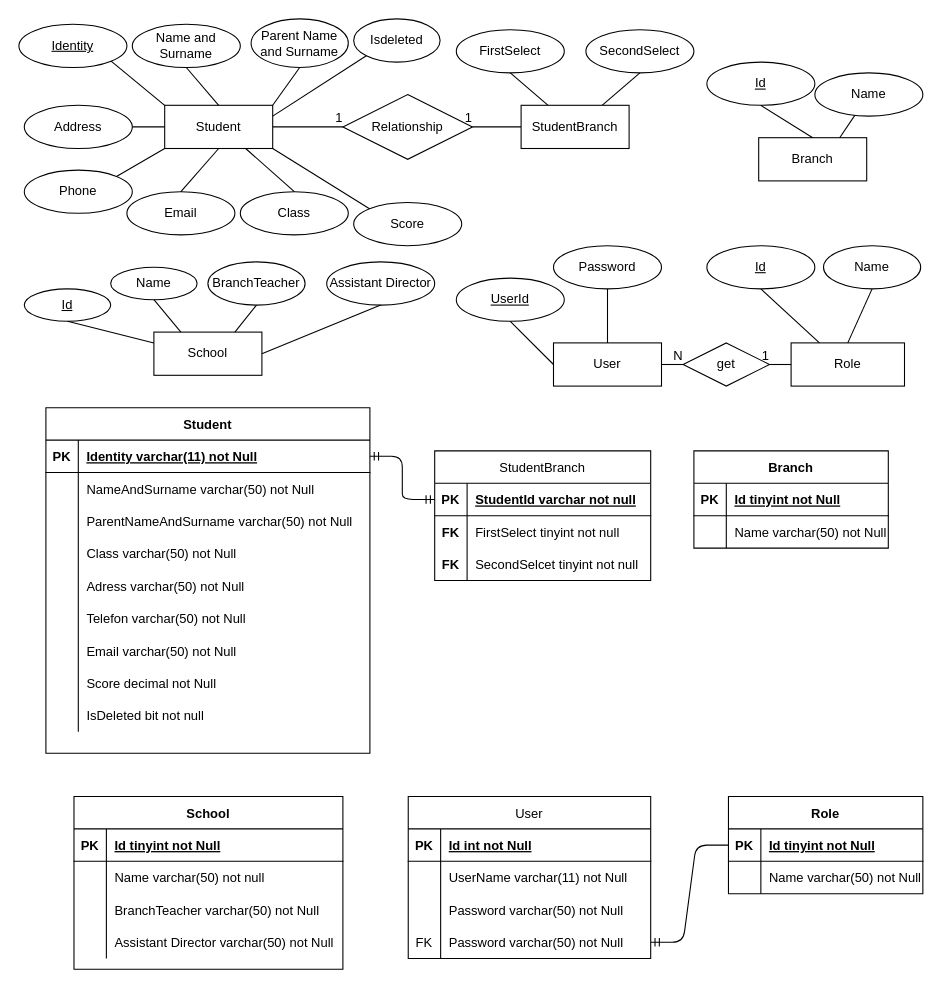
This is Entity Relationship Diagram.drawio from ozdemirali/BranchSelectTasarim, a draw.io file, before an edit. Source tidied: cells renumbered, new cells numbered last; positions are measured from the earlier drawing's top-left corner, leaving out a move shared by most shapes. Both pictures are drawn from the tidied source at 108%, with x=0, y=0 at pixel (18, 18).
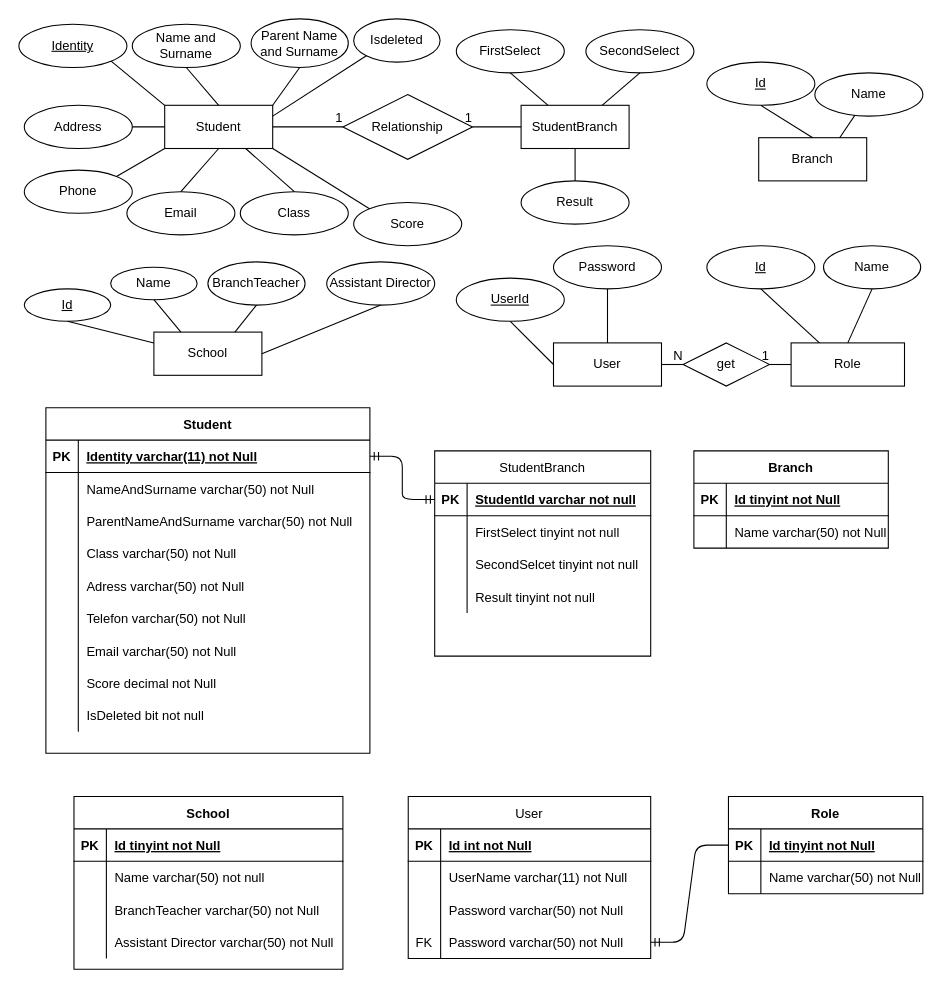
After the change.

The change refers to these unchanged cells:
```xml
<mxCell id="74" style="shape=partialRectangle;fillColor=none;top=0;left=0;bottom=0;right=0;" parent="70" vertex="1">
  <mxGeometry y="60" width="200" height="30" as="geometry" />
</mxCell>
<mxCell id="77" style="shape=partialRectangle;fillColor=none;top=0;left=0;bottom=0;right=0;" parent="70" vertex="1">
  <mxGeometry y="90" width="200" height="30" as="geometry" />
</mxCell>
<mxCell id="113" value="StudentBranch" style="whiteSpace=wrap;html=1;align=center;" parent="1" vertex="1">
  <mxGeometry x="465" y="80" width="100" height="40" as="geometry" />
</mxCell>
```

The edit, as a diff of the source:
```diff
@@
     <mxCell id="70" value="StudentBranch" style="shape=table;startSize=30;childLayout=tableLayout;rowLines=0;fontStyle=0;align=center;" parent="1" vertex="1">
-      <mxGeometry x="385" y="400" width="200" height="120" as="geometry" />
+      <mxGeometry x="385" y="400" width="200" height="190" as="geometry" />
     </mxCell>
@@
-    <mxCell id="75" value="FK" style="shape=partialRectangle;fillColor=none;top=0;left=0;bottom=0;right=0;overflow=hidden;fontStyle=1;" parent="74" vertex="1">
+    <mxCell id="75" style="shape=partialRectangle;fillColor=none;top=0;left=0;bottom=0;right=0;overflow=hidden;fontStyle=1;" parent="74" vertex="1">
       <mxGeometry width="30" height="30" as="geometry" />
     </mxCell>
@@
-    <mxCell id="78" value="FK" style="shape=partialRectangle;fillColor=none;top=0;left=0;bottom=0;right=0;overflow=hidden;fontStyle=1;" parent="77" vertex="1">
+    <mxCell id="78" style="shape=partialRectangle;fillColor=none;top=0;left=0;bottom=0;right=0;overflow=hidden;fontStyle=1;" parent="77" vertex="1">
       <mxGeometry width="30" height="30" as="geometry" />
     </mxCell>
@@
+    <mxCell id="140" style="shape=partialRectangle;fillColor=none;top=0;left=0;bottom=0;right=0;" parent="70" vertex="1">
+      <mxGeometry y="120" width="200" height="30" as="geometry" />
+    </mxCell>
+    <mxCell id="141" style="shape=partialRectangle;fillColor=none;top=0;left=0;bottom=0;right=0;overflow=hidden;fontStyle=1;" parent="140" vertex="1">
+      <mxGeometry width="30" height="30" as="geometry" />
+    </mxCell>
+    <mxCell id="142" value="Result tinyint not null" style="shape=partialRectangle;fillColor=none;top=0;left=0;bottom=0;right=0;align=left;spacingLeft=6;overflow=hidden;" parent="140" vertex="1">
+      <mxGeometry x="30" width="170" height="30" as="geometry" />
+    </mxCell>
@@
+    <mxCell id="143" value="Result" style="ellipse;whiteSpace=wrap;html=1;align=center;" parent="1" vertex="1">
+      <mxGeometry x="465" y="150" width="100" height="40" as="geometry" />
+    </mxCell>
+    <mxCell id="144" style="endArrow=none;html=1;rounded=0;exitX=0.5;exitY=1;exitDx=0;exitDy=0;entryX=0.5;entryY=0;entryDx=0;entryDy=0;" parent="1" edge="1" source="113" target="143">
+      <mxGeometry relative="1" as="geometry" />
+    </mxCell>
```
